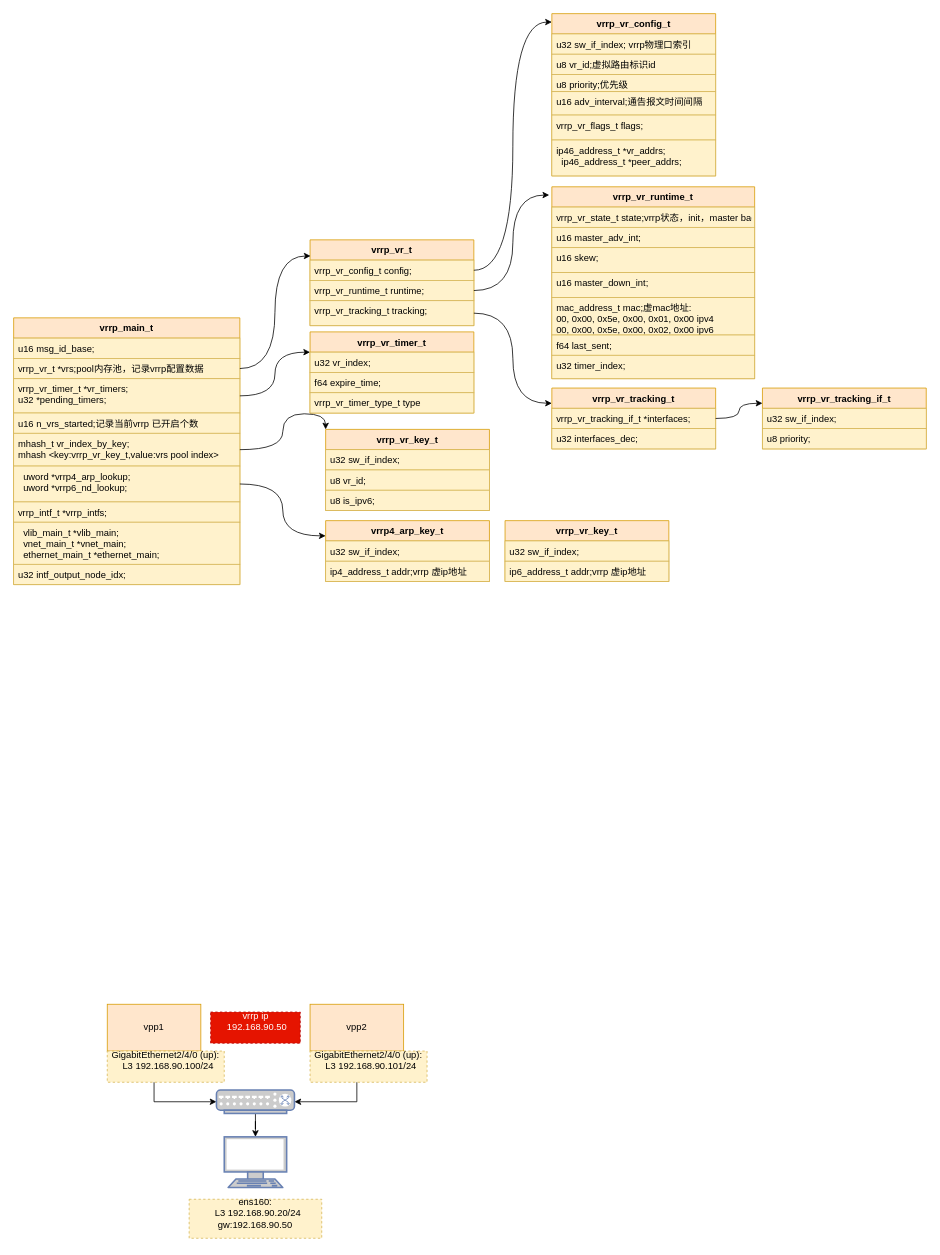
Earlier version of the draw.io diagram new_map/vrrp.drawio (jin13417/dpdk-vpp-learning). Source tidied: cells renumbered, new cells numbered last; positions are measured from the earlier drawing's top-left corner, leaving out a move shared by most shapes. Both pictures are drawn from the tidied source at 78%, with x=0, y=0 at pixel (13, 13).
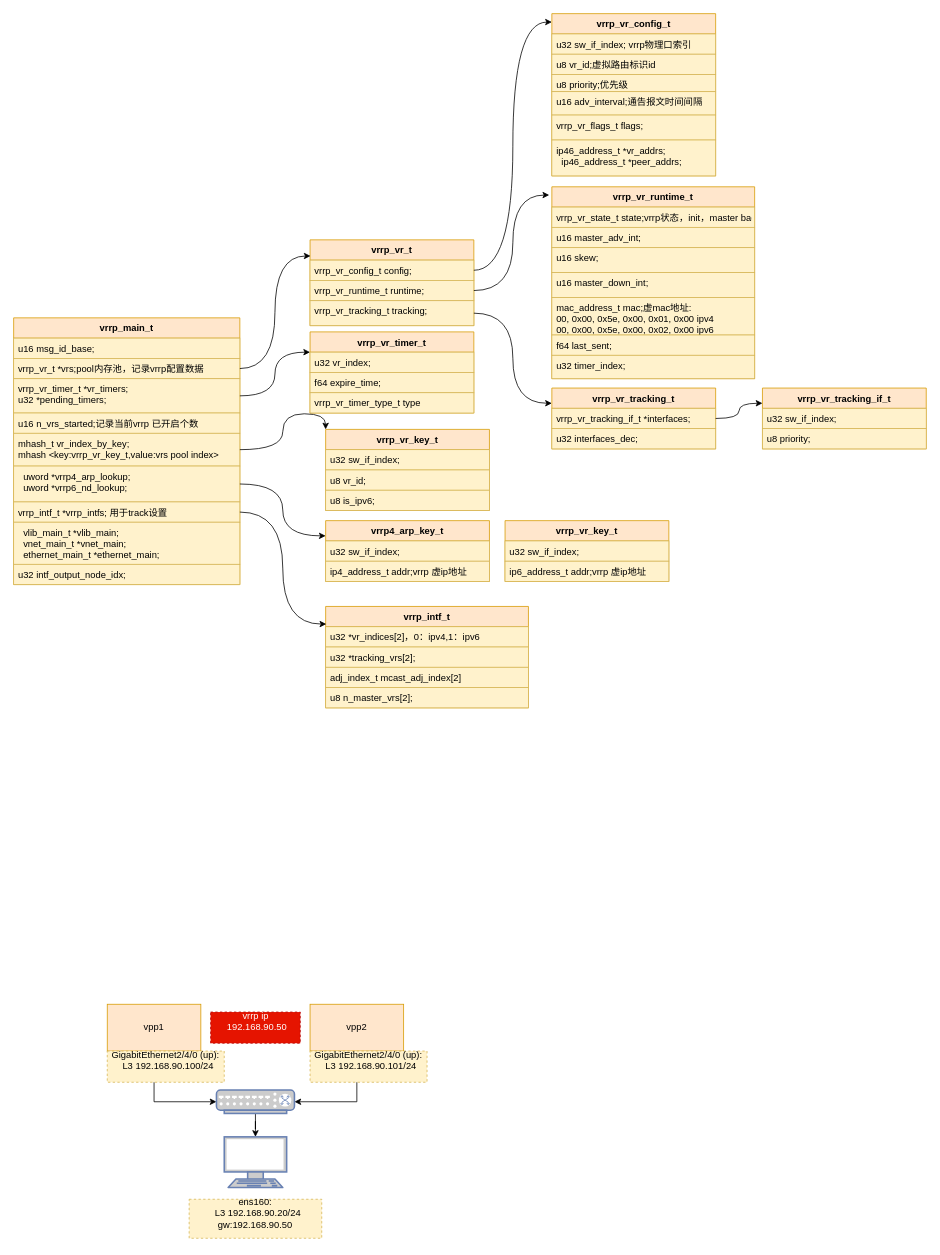
The same page after the edit.

The change refers to these unchanged cells:
```xml
<mxCell id="13" value="vrrp_main_t" style="swimlane;fontStyle=1;align=center;verticalAlign=top;horizontal=1;startSize=26;strokeColor=#d79b00;fillColor=#ffe6cc;" parent="1" vertex="1">
  <mxGeometry y="390" width="290" height="342" as="geometry" />
</mxCell>
```

Diff of the diagram source:
```diff
@@
-    <mxCell id="20" value="vrrp_intf_t *vrrp_intfs;" style="text;strokeColor=#d6b656;fillColor=#fff2cc;align=left;verticalAlign=top;spacingLeft=4;spacingRight=4;overflow=hidden;points=[[0,0.5],[1,0.5]];portConstraint=eastwest;" parent="13" vertex="1">
+    <mxCell id="20" value="vrrp_intf_t *vrrp_intfs; 用于track设置" style="text;strokeColor=#d6b656;fillColor=#fff2cc;align=left;verticalAlign=top;spacingLeft=4;spacingRight=4;overflow=hidden;points=[[0,0.5],[1,0.5]];portConstraint=eastwest;" parent="13" vertex="1">
       <mxGeometry y="236" width="290" height="26" as="geometry" />
     </mxCell>
@@
+    <mxCell id="70" value="vrrp_intf_t" style="swimlane;fontStyle=1;align=center;verticalAlign=top;horizontal=1;startSize=26;strokeColor=#d79b00;fillColor=#ffe6cc;" parent="1" vertex="1">
+      <mxGeometry x="400" y="760" width="260" height="130" as="geometry" />
+    </mxCell>
+    <mxCell id="71" value="u32 *vr_indices[2]，0：ipv4,1：ipv6" style="text;strokeColor=#d6b656;fillColor=#fff2cc;align=left;verticalAlign=top;spacingLeft=4;spacingRight=4;overflow=hidden;" parent="70" vertex="1">
+      <mxGeometry y="26" width="260" height="26" as="geometry" />
+    </mxCell>
+    <mxCell id="72" value="u32 *tracking_vrs[2]; " style="text;strokeColor=#d6b656;fillColor=#fff2cc;align=left;verticalAlign=top;spacingLeft=4;spacingRight=4;overflow=hidden;" parent="70" vertex="1">
+      <mxGeometry y="52" width="260" height="26" as="geometry" />
+    </mxCell>
+    <mxCell id="73" value="adj_index_t mcast_adj_index[2]" style="text;strokeColor=#d6b656;fillColor=#fff2cc;align=left;verticalAlign=top;spacingLeft=4;spacingRight=4;overflow=hidden;" parent="70" vertex="1">
+      <mxGeometry y="78" width="260" height="26" as="geometry" />
+    </mxCell>
+    <mxCell id="74" value="u8 n_master_vrs[2];" style="text;strokeColor=#d6b656;fillColor=#fff2cc;align=left;verticalAlign=top;spacingLeft=4;spacingRight=4;overflow=hidden;" parent="70" vertex="1">
+      <mxGeometry y="104" width="260" height="26" as="geometry" />
+    </mxCell>
+    <mxCell id="75" style="edgeStyle=orthogonalEdgeStyle;curved=1;rounded=0;jettySize=auto;html=1;exitX=1;exitY=0.5;exitDx=0;exitDy=0;entryX=0.003;entryY=0.174;entryDx=0;entryDy=0;entryPerimeter=0;" parent="1" edge="1" source="20" target="70">
+      <mxGeometry relative="1" as="geometry" />
+    </mxCell>
```
